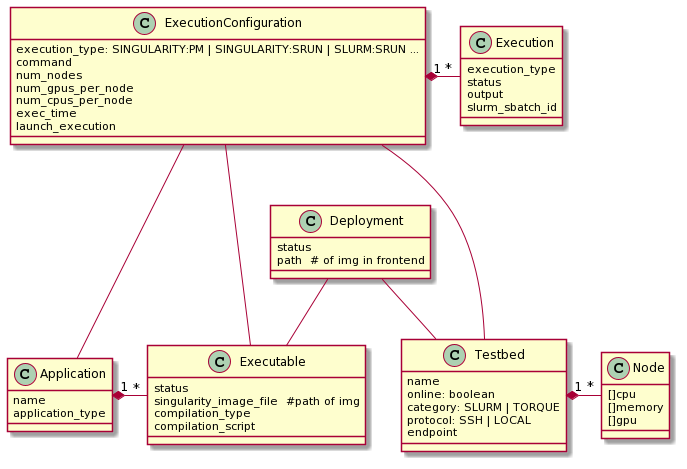
Before: documentation/class_diagram.png, a diagram exported from PlantUML (SODALITE-EU/alde). Source of this version:
```plantuml
@startuml
class Application {
  name
  application_type
}

class Executable {
  status
  singularity_image_file  #path of img
  compilation_type
  compilation_script
}

class Deployment {
  status
  path  # of img in frontend
}

class Testbed {
  name
  online: boolean
  category: SLURM | TORQUE
  protocol: SSH | LOCAL
  endpoint
}

class Node {
  []cpu
  []memory
  []gpu
}

class ExecutionConfiguration {
  execution_type: SINGULARITY:PM | SINGULARITY:SRUN | SLURM:SRUN ...
  command
  num_nodes
  num_gpus_per_node
  num_cpus_per_node
  exec_time
  launch_execution
}

class Execution {
  execution_type
  status
  output
  slurm_sbatch_id

}

Application "1" *- "*" Executable

Deployment  --  Testbed
Deployment --  Executable

ExecutionConfiguration ---  Application
ExecutionConfiguration ---  Executable
ExecutionConfiguration --- Testbed
ExecutionConfiguration "1" *- "*" Execution

Testbed "1" *- "*" Node

@enduml
```
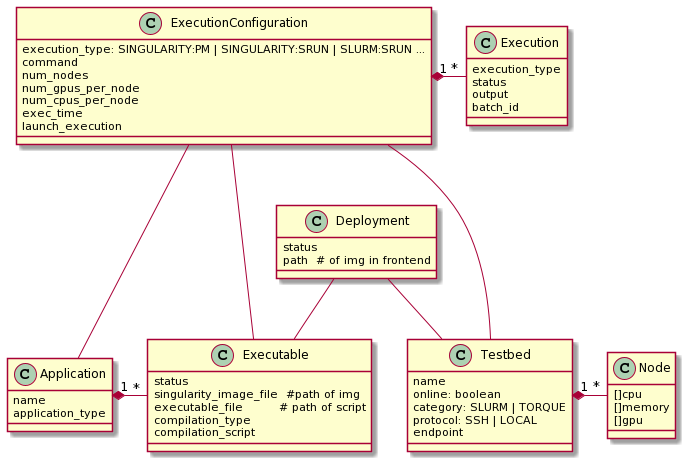
Above is the later version.

The edit, as a diff of the source:
```diff
@@ -7,6 +7,7 @@
 class Executable {
   status
   singularity_image_file  #path of img
+  executable_file         # path of script
   compilation_type
   compilation_script
 }
@@ -44,7 +45,7 @@
   execution_type
   status
   output
-  slurm_sbatch_id
+  batch_id
 
 }
 
```
